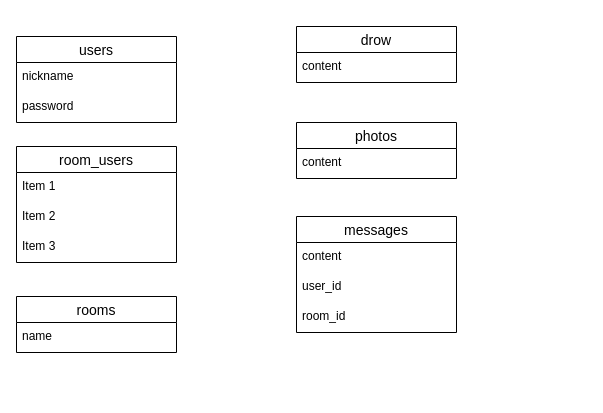
The draw.io diagram ER図.dio in aki2314/chatroom, before the edit. Source tidied: cells renumbered, new cells numbered last; positions are measured from the earlier drawing's top-left corner, leaving out a move shared by most shapes. Both pictures are drawn from the tidied source at 100%, with x=0, y=0 at pixel (16, 26).
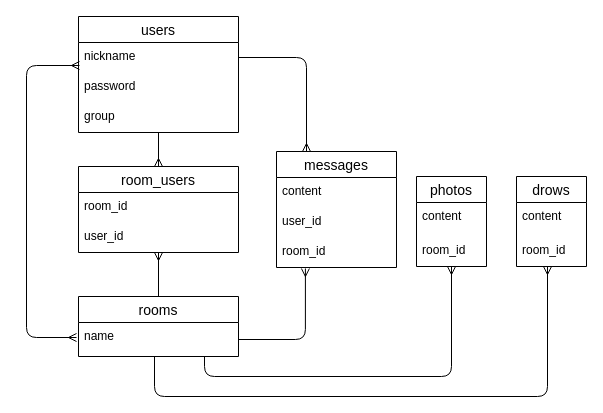
After the change.

Unchanged cells that the change refers to:
```xml
<mxCell id="3" value="nickname" style="text;strokeColor=none;fillColor=none;spacingLeft=4;spacingRight=4;overflow=hidden;points=[[0,0.5],[1,0.5]];portConstraint=eastwest;fontSize=12;" parent="2" vertex="1">
  <mxGeometry y="26" width="160" height="30" as="geometry" />
</mxCell>
```

Change to the diagram source:
```diff
@@
     <mxCell id="2" value="users" style="swimlane;fontStyle=0;horizontal=1;startSize=26;align=center;fontSize=14;" parent="1" vertex="1">
-      <mxGeometry y="10" width="160" height="86" as="geometry" />
+      <mxGeometry x="62" y="-10" width="160" height="116" as="geometry" />
     </mxCell>
@@
+    <mxCell id="19" value="group" style="text;strokeColor=none;fillColor=none;spacingLeft=4;spacingRight=4;overflow=hidden;fontSize=12;" parent="2" vertex="1">
+      <mxGeometry y="86" width="160" height="30" as="geometry" />
+    </mxCell>
+    <mxCell id="20" style="edgeStyle=none;html=1;exitX=0.5;exitY=0;exitDx=0;exitDy=0;startArrow=none;startFill=0;endArrow=ERmany;endFill=0;" parent="1" edge="1" source="5" target="13">
+      <mxGeometry relative="1" as="geometry" />
+    </mxCell>
     <mxCell id="5" value="rooms" style="swimlane;fontStyle=0;horizontal=1;startSize=26;align=center;fontSize=14;" parent="1" vertex="1">
-      <mxGeometry y="270" width="160" height="56" as="geometry" />
+      <mxGeometry x="62" y="270" width="160" height="60" as="geometry" />
     </mxCell>
     <mxCell id="6" value="name" style="text;strokeColor=none;fillColor=none;spacingLeft=4;spacingRight=4;overflow=hidden;points=[[0,0.5],[1,0.5]];portConstraint=eastwest;fontSize=12;" parent="5" vertex="1">
-      <mxGeometry y="26" width="160" height="30" as="geometry" />
+      <mxGeometry y="26" width="160" height="34" as="geometry" />
     </mxCell>
+    <mxCell id="21" style="edgeStyle=orthogonalEdgeStyle;html=1;exitX=0.25;exitY=0;exitDx=0;exitDy=0;entryX=1;entryY=0.5;entryDx=0;entryDy=0;startArrow=ERmany;startFill=0;endArrow=none;endFill=0;" parent="1" edge="1" source="7" target="3">
+      <mxGeometry relative="1" as="geometry" />
+    </mxCell>
     <mxCell id="7" value="messages" style="swimlane;fontStyle=0;horizontal=1;startSize=26;align=center;fontSize=14;" parent="1" vertex="1">
-      <mxGeometry x="280" y="190" width="160" height="116" as="geometry" />
+      <mxGeometry x="260" y="125" width="120" height="116" as="geometry" />
     </mxCell>
     <mxCell id="8" value="content" style="text;strokeColor=none;fillColor=none;spacingLeft=4;spacingRight=4;overflow=hidden;fontSize=12;" parent="7" vertex="1">
-      <mxGeometry y="26" width="160" height="30" as="geometry" />
+      <mxGeometry y="26" width="120" height="30" as="geometry" />
     </mxCell>
     <mxCell id="9" value="user_id" style="text;strokeColor=none;fillColor=none;spacingLeft=4;spacingRight=4;overflow=hidden;fontSize=12;" parent="7" vertex="1">
-      <mxGeometry y="56" width="160" height="30" as="geometry" />
+      <mxGeometry y="56" width="120" height="30" as="geometry" />
     </mxCell>
     <mxCell id="10" value="room_id" style="text;strokeColor=none;fillColor=none;spacingLeft=4;spacingRight=4;overflow=hidden;points=[[0,0.5],[1,0.5]];portConstraint=eastwest;fontSize=12;" parent="7" vertex="1">
-      <mxGeometry y="86" width="160" height="30" as="geometry" />
+      <mxGeometry y="86" width="120" height="30" as="geometry" />
     </mxCell>
+    <mxCell id="22" style="edgeStyle=none;html=1;exitX=0.5;exitY=0;exitDx=0;exitDy=0;entryX=0.5;entryY=1;entryDx=0;entryDy=0;endArrow=none;endFill=0;startArrow=ERmany;startFill=0;" parent="1" edge="1" source="11" target="2">
+      <mxGeometry relative="1" as="geometry" />
+    </mxCell>
     <mxCell id="11" value="room_users" style="swimlane;fontStyle=0;horizontal=1;startSize=26;align=center;fontSize=14;" parent="1" vertex="1">
-      <mxGeometry y="120" width="160" height="116" as="geometry" />
+      <mxGeometry x="62" y="140" width="160" height="86" as="geometry" />
     </mxCell>
-    <mxCell id="12" value="Item 1" style="text;strokeColor=none;fillColor=none;spacingLeft=4;spacingRight=4;overflow=hidden;fontSize=12;" parent="11" vertex="1">
+    <mxCell id="12" value="room_id" style="text;strokeColor=none;fillColor=none;spacingLeft=4;spacingRight=4;overflow=hidden;fontSize=12;" parent="11" vertex="1">
       <mxGeometry y="26" width="160" height="30" as="geometry" />
     </mxCell>
-    <mxCell id="13" value="Item 2" style="text;strokeColor=none;fillColor=none;spacingLeft=4;spacingRight=4;overflow=hidden;points=[[0,0.5],[1,0.5]];portConstraint=eastwest;fontSize=12;" parent="11" vertex="1">
+    <mxCell id="13" value="user_id" style="text;strokeColor=none;fillColor=none;spacingLeft=4;spacingRight=4;overflow=hidden;points=[[0,0.5],[1,0.5]];portConstraint=eastwest;fontSize=12;" parent="11" vertex="1">
       <mxGeometry y="56" width="160" height="30" as="geometry" />
     </mxCell>
-    <mxCell id="14" value="Item 3" style="text;strokeColor=none;fillColor=none;spacingLeft=4;spacingRight=4;overflow=hidden;fontSize=12;" parent="11" vertex="1">
-      <mxGeometry y="86" width="160" height="30" as="geometry" />
-    </mxCell>
     <mxCell id="15" value="photos" style="swimlane;fontStyle=0;horizontal=1;startSize=26;align=center;fontSize=14;" parent="1" vertex="1">
-      <mxGeometry x="280" y="96" width="160" height="56" as="geometry" />
+      <mxGeometry x="400" y="150" width="70" height="90" as="geometry" />
     </mxCell>
     <mxCell id="16" value="content" style="text;strokeColor=none;fillColor=none;spacingLeft=4;spacingRight=4;overflow=hidden;fontSize=12;" parent="15" vertex="1">
-      <mxGeometry y="26" width="160" height="30" as="geometry" />
+      <mxGeometry y="26" width="70" height="34" as="geometry" />
     </mxCell>
+    <mxCell id="23" value="room_id" style="text;strokeColor=none;fillColor=none;spacingLeft=4;spacingRight=4;overflow=hidden;fontSize=12;" parent="15" vertex="1">
+      <mxGeometry y="60" width="70" height="30" as="geometry" />
+    </mxCell>
-    <mxCell id="17" value="drow" style="swimlane;fontStyle=0;horizontal=1;startSize=26;align=center;fontSize=14;" parent="1" vertex="1">
-      <mxGeometry x="280" width="160" height="56" as="geometry" />
+    <mxCell id="17" value="drows" style="swimlane;fontStyle=0;horizontal=1;startSize=26;align=center;fontSize=14;" parent="1" vertex="1">
+      <mxGeometry x="500" y="150" width="70" height="90" as="geometry" />
     </mxCell>
     <mxCell id="18" value="content" style="text;strokeColor=none;fillColor=none;spacingLeft=4;spacingRight=4;overflow=hidden;fontSize=12;" parent="17" vertex="1">
-      <mxGeometry y="26" width="160" height="30" as="geometry" />
+      <mxGeometry y="26" width="70" height="34" as="geometry" />
     </mxCell>
+    <mxCell id="24" value="room_id" style="text;strokeColor=none;fillColor=none;spacingLeft=4;spacingRight=4;overflow=hidden;fontSize=12;" parent="17" vertex="1">
+      <mxGeometry y="60" width="70" height="30" as="geometry" />
+    </mxCell>
+    <mxCell id="25" style="edgeStyle=orthogonalEdgeStyle;html=1;startArrow=ERmany;startFill=0;endArrow=ERmany;endFill=0;entryX=0.006;entryY=0.767;entryDx=0;entryDy=0;entryPerimeter=0;" parent="1" edge="1" target="3">
+      <mxGeometry relative="1" as="geometry">
+        <mxPoint x="60" y="311" as="sourcePoint" />
+        <Array as="points">
+          <mxPoint x="10" y="311" />
+          <mxPoint x="10" y="39" />
+        </Array>
+      </mxGeometry>
+    </mxCell>
+    <mxCell id="26" style="edgeStyle=orthogonalEdgeStyle;html=1;exitX=1;exitY=0.5;exitDx=0;exitDy=0;entryX=0.241;entryY=1.033;entryDx=0;entryDy=0;entryPerimeter=0;startArrow=none;startFill=0;endArrow=ERmany;endFill=0;" parent="1" edge="1" source="6" target="10">
+      <mxGeometry relative="1" as="geometry" />
+    </mxCell>
+    <mxCell id="27" style="edgeStyle=orthogonalEdgeStyle;html=1;startArrow=ERmany;startFill=0;endArrow=none;endFill=0;" parent="1" edge="1">
+      <mxGeometry relative="1" as="geometry">
+        <mxPoint x="435" y="240" as="sourcePoint" />
+        <mxPoint x="188" y="330" as="targetPoint" />
+        <Array as="points">
+          <mxPoint x="435" y="350" />
+          <mxPoint x="188" y="350" />
+        </Array>
+      </mxGeometry>
+    </mxCell>
+    <mxCell id="28" style="edgeStyle=orthogonalEdgeStyle;html=1;entryX=0.475;entryY=1;entryDx=0;entryDy=0;entryPerimeter=0;startArrow=ERmany;startFill=0;endArrow=none;endFill=0;" parent="1" edge="1" target="6">
+      <mxGeometry relative="1" as="geometry">
+        <mxPoint x="531" y="240" as="sourcePoint" />
+        <Array as="points">
+          <mxPoint x="531" y="370" />
+          <mxPoint x="138" y="370" />
+        </Array>
+      </mxGeometry>
+    </mxCell>
```
